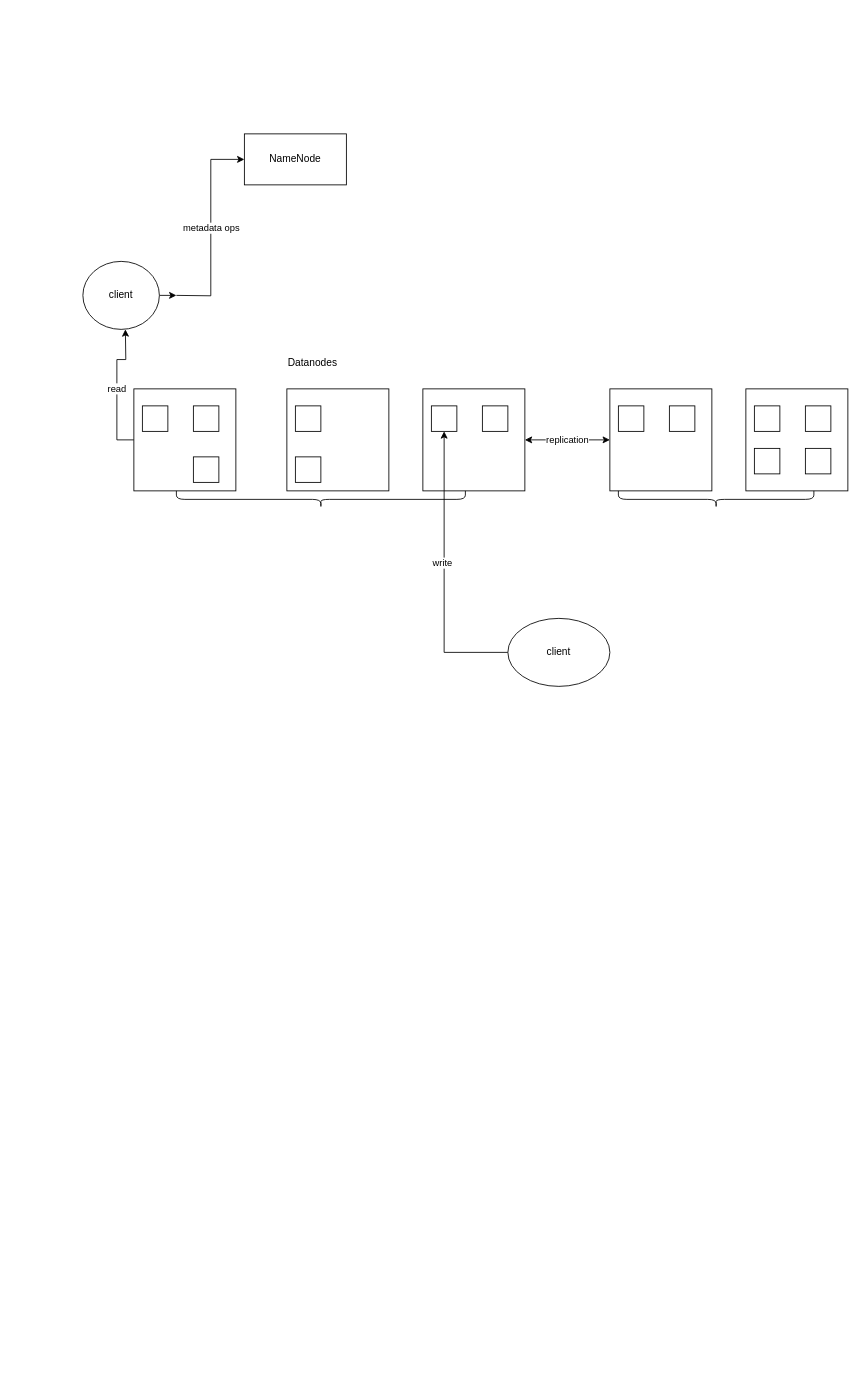
This is Untitled Diagram.drawio from AllenWod/Bigdata_arch, a draw.io file, before an edit. Source tidied: cells renumbered, new cells numbered last; positions are measured from the earlier drawing's top-left corner, leaving out a move shared by most shapes. Both pictures are drawn from the tidied source at 85%, with x=0, y=0 at pixel (82, 133).
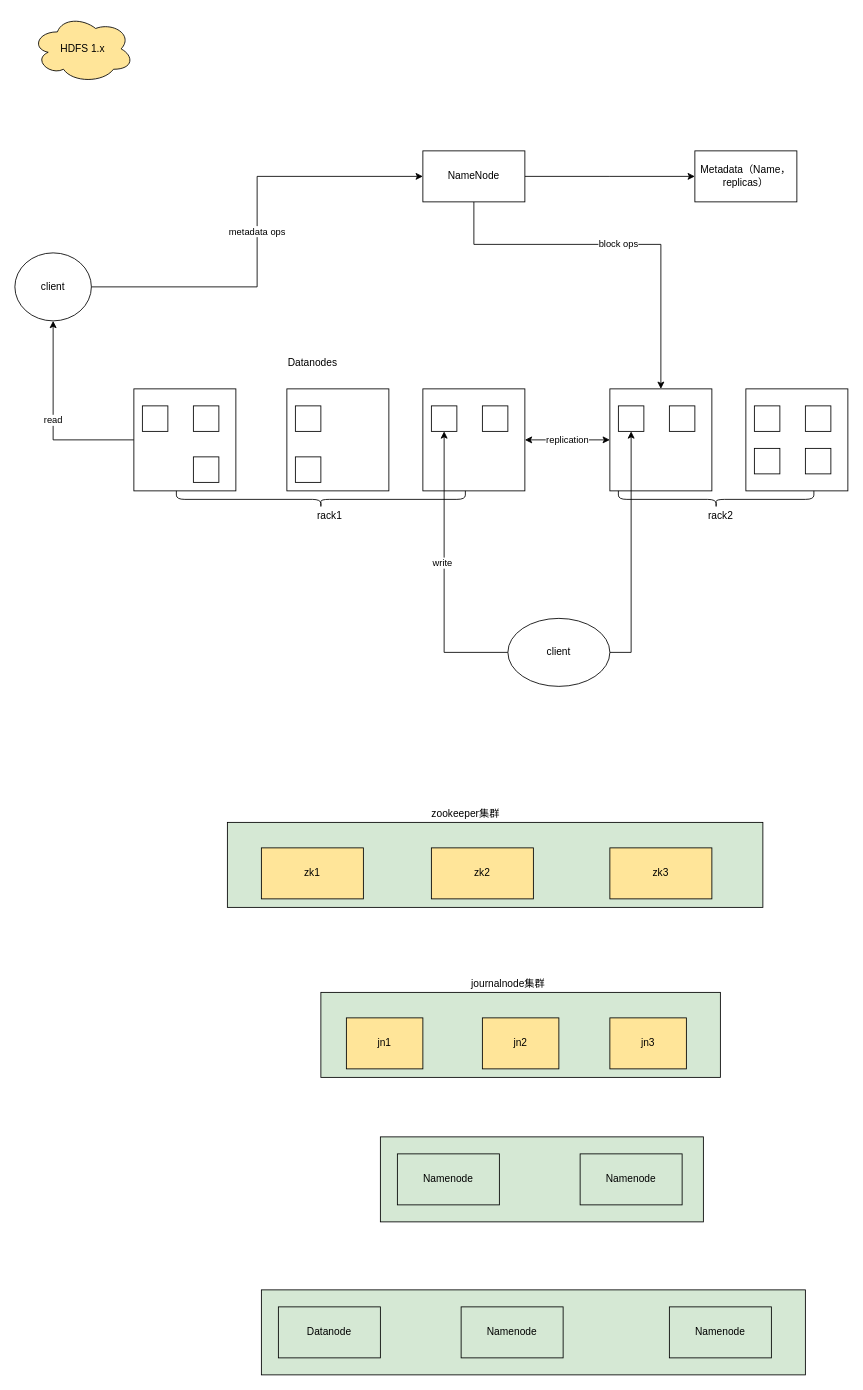
The same page after the edit.

Commit message:
Hadoop architecture

Unchanged cells that the change refers to:
```xml
<mxCell id="7" value="client" style="ellipse;whiteSpace=wrap;html=1;" parent="1" vertex="1">
  <mxGeometry x="500" y="570" width="120" height="80" as="geometry" />
</mxCell>
<mxCell id="9" style="whiteSpace=wrap;html=1;" parent="1" vertex="1">
  <mxGeometry x="60" y="300" width="120" height="120" as="geometry" />
</mxCell>
<mxCell id="21" style="whiteSpace=wrap;html=1;" parent="1" vertex="1">
  <mxGeometry x="630" y="320" width="30" height="30" as="geometry" />
</mxCell>
```

The edit, as a diff of the source:
```diff
@@
+    <mxCell id="20" style="whiteSpace=wrap;html=1;" parent="1" vertex="1">
+      <mxGeometry x="620" y="300" width="120" height="120" as="geometry" />
+    </mxCell>
@@
+    <mxCell id="32" value="block ops" style="edgeStyle=orthogonalEdgeStyle;rounded=0;jettySize=auto;html=1;entryX=0.5;entryY=0;entryDx=0;entryDy=0;" parent="1" edge="1" source="3" target="20">
+      <mxGeometry relative="1" as="geometry">
+        <Array as="points">
+          <mxPoint x="460" y="130" />
+          <mxPoint x="680" y="130" />
+        </Array>
+      </mxGeometry>
+    </mxCell>
+    <mxCell id="33" style="edgeStyle=orthogonalEdgeStyle;rounded=0;jettySize=auto;html=1;" parent="1" edge="1" source="3">
+      <mxGeometry relative="1" as="geometry">
+        <mxPoint x="720" y="50" as="targetPoint" />
+      </mxGeometry>
+    </mxCell>
     <mxCell id="3" value="NameNode" style="rounded=0;whiteSpace=wrap;html=1;" parent="1" vertex="1">
-      <mxGeometry x="190" width="120" height="60" as="geometry" />
+      <mxGeometry x="400" y="20" width="120" height="60" as="geometry" />
     </mxCell>
-    <mxCell id="4" value="metadata ops" style="edgeStyle=orthogonalEdgeStyle;rounded=0;jettySize=auto;html=1;entryX=0;entryY=0.5;entryDx=0;entryDy=0;" parent="1" edge="1" target="3">
-      <mxGeometry relative="1" as="geometry">
-        <mxPoint x="110" y="190" as="sourcePoint" />
-      </mxGeometry>
+    <mxCell id="4" value="metadata ops" style="edgeStyle=orthogonalEdgeStyle;rounded=0;jettySize=auto;html=1;entryX=0;entryY=0.5;entryDx=0;entryDy=0;exitX=1;exitY=0.5;exitDx=0;exitDy=0;" parent="1" edge="1" source="31" target="3">
+      <mxGeometry relative="1" as="geometry" />
     </mxCell>
@@
+    <mxCell id="34" style="edgeStyle=orthogonalEdgeStyle;rounded=0;jettySize=auto;html=1;entryX=0.5;entryY=1;entryDx=0;entryDy=0;" parent="1" edge="1" source="7" target="21">
+      <mxGeometry relative="1" as="geometry" />
+    </mxCell>
@@
-    <mxCell id="8" value="read" style="edgeStyle=orthogonalEdgeStyle;rounded=0;jettySize=auto;html=1;entryX=0.5;entryY=1;entryDx=0;entryDy=0;" parent="1" edge="1" source="9">
+    <mxCell id="8" value="read" style="edgeStyle=orthogonalEdgeStyle;rounded=0;jettySize=auto;html=1;entryX=0.5;entryY=1;entryDx=0;entryDy=0;" parent="1" edge="1" source="9" target="31">
       <mxGeometry relative="1" as="geometry">
-        <mxPoint x="50" y="230" as="targetPoint" />
+        <Array as="points">
+          <mxPoint x="-35" y="360" />
+        </Array>
       </mxGeometry>
     </mxCell>
@@
-    <mxCell id="20" style="whiteSpace=wrap;html=1;" parent="1" vertex="1">
-      <mxGeometry x="620" y="300" width="120" height="120" as="geometry" />
-    </mxCell>
@@
-    <mxCell id="30" style="edgeStyle=orthogonalEdgeStyle;rounded=0;jettySize=auto;html=1;" parent="1" edge="1" source="31">
-      <mxGeometry relative="1" as="geometry">
-        <mxPoint x="110" y="190" as="targetPoint" />
-      </mxGeometry>
-    </mxCell>
     <mxCell id="31" value="client" style="ellipse;whiteSpace=wrap;html=1;" parent="1" vertex="1">
-      <mxGeometry y="150" width="90" height="80" as="geometry" />
+      <mxGeometry x="-80" y="140" width="90" height="80" as="geometry" />
     </mxCell>
+    <mxCell id="35" value="rack2" style="text;html=1;align=center;verticalAlign=middle;" parent="1" vertex="1">
+      <mxGeometry x="725" y="440" width="50" height="20" as="geometry" />
+    </mxCell>
+    <mxCell id="36" value="rack1" style="text;html=1;align=center;verticalAlign=middle;" parent="1" vertex="1">
+      <mxGeometry x="265" y="440" width="50" height="20" as="geometry" />
+    </mxCell>
+    <mxCell id="37" value="Metadata（Name，replicas）" style="whiteSpace=wrap;html=1;" parent="1" vertex="1">
+      <mxGeometry x="720" y="20" width="120" height="60" as="geometry" />
+    </mxCell>
+    <mxCell id="38" value="HDFS 1.x" style="ellipse;shape=cloud;whiteSpace=wrap;html=1;fillColor=#FFE599;" parent="1" vertex="1">
+      <mxGeometry x="-60" y="-140" width="120" height="80" as="geometry" />
+    </mxCell>
+    <mxCell id="39" style="whiteSpace=wrap;html=1;fillColor=#D5E8D4;" parent="1" vertex="1">
+      <mxGeometry x="170" y="810" width="630" height="100" as="geometry" />
+    </mxCell>
+    <mxCell id="40" value="zk1" style="rounded=0;whiteSpace=wrap;html=1;fillColor=#FFE599;" parent="1" vertex="1">
+      <mxGeometry x="210" y="840" width="120" height="60" as="geometry" />
+    </mxCell>
+    <mxCell id="41" value="zk2" style="rounded=0;whiteSpace=wrap;html=1;fillColor=#FFE599;" parent="1" vertex="1">
+      <mxGeometry x="410" y="840" width="120" height="60" as="geometry" />
+    </mxCell>
+    <mxCell id="42" value="zk3" style="rounded=0;whiteSpace=wrap;html=1;fillColor=#FFE599;" parent="1" vertex="1">
+      <mxGeometry x="620" y="840" width="120" height="60" as="geometry" />
+    </mxCell>
+    <mxCell id="43" value="zookeeper集群" style="text;html=1;align=center;verticalAlign=middle;" parent="1" vertex="1">
+      <mxGeometry x="400" y="790" width="100" height="20" as="geometry" />
+    </mxCell>
+    <mxCell id="44" style="whiteSpace=wrap;html=1;fillColor=#D5E8D4;" parent="1" vertex="1">
+      <mxGeometry x="280" y="1010" width="470" height="100" as="geometry" />
+    </mxCell>
+    <mxCell id="45" value="jn1" style="rounded=0;whiteSpace=wrap;html=1;fillColor=#FFE599;" parent="1" vertex="1">
+      <mxGeometry x="310" y="1040" width="90" height="60" as="geometry" />
+    </mxCell>
+    <mxCell id="46" value="journalnode集群" style="text;html=1;align=center;verticalAlign=middle;" parent="1" vertex="1">
+      <mxGeometry x="445" y="990" width="110" height="20" as="geometry" />
+    </mxCell>
+    <mxCell id="47" value="jn2" style="rounded=0;whiteSpace=wrap;html=1;fillColor=#FFE599;" parent="1" vertex="1">
+      <mxGeometry x="470" y="1040" width="90" height="60" as="geometry" />
+    </mxCell>
+    <mxCell id="48" value="jn3" style="rounded=0;whiteSpace=wrap;html=1;fillColor=#FFE599;" parent="1" vertex="1">
+      <mxGeometry x="620" y="1040" width="90" height="60" as="geometry" />
+    </mxCell>
+    <mxCell id="49" style="rounded=0;whiteSpace=wrap;html=1;fillColor=#D5E8D4;" parent="1" vertex="1">
+      <mxGeometry x="350" y="1180" width="380" height="100" as="geometry" />
+    </mxCell>
+    <mxCell id="50" value="Namenode" style="rounded=0;whiteSpace=wrap;html=1;fillColor=#D5E8D4;" parent="1" vertex="1">
+      <mxGeometry x="370" y="1200" width="120" height="60" as="geometry" />
+    </mxCell>
+    <mxCell id="51" value="Namenode" style="rounded=0;whiteSpace=wrap;html=1;fillColor=#D5E8D4;" parent="1" vertex="1">
+      <mxGeometry x="585" y="1200" width="120" height="60" as="geometry" />
+    </mxCell>
+    <mxCell id="52" style="rounded=0;whiteSpace=wrap;html=1;fillColor=#D5E8D4;" parent="1" vertex="1">
+      <mxGeometry x="210" y="1360" width="640" height="100" as="geometry" />
+    </mxCell>
+    <mxCell id="53" value="Datanode" style="rounded=0;whiteSpace=wrap;html=1;fillColor=#D5E8D4;" parent="1" vertex="1">
+      <mxGeometry x="230" y="1380" width="120" height="60" as="geometry" />
+    </mxCell>
+    <mxCell id="54" value="Namenode" style="rounded=0;whiteSpace=wrap;html=1;fillColor=#D5E8D4;" parent="1" vertex="1">
+      <mxGeometry x="445" y="1380" width="120" height="60" as="geometry" />
+    </mxCell>
+    <mxCell id="55" value="Namenode" style="rounded=0;whiteSpace=wrap;html=1;fillColor=#D5E8D4;" parent="1" vertex="1">
+      <mxGeometry x="690" y="1380" width="120" height="60" as="geometry" />
+    </mxCell>
```
